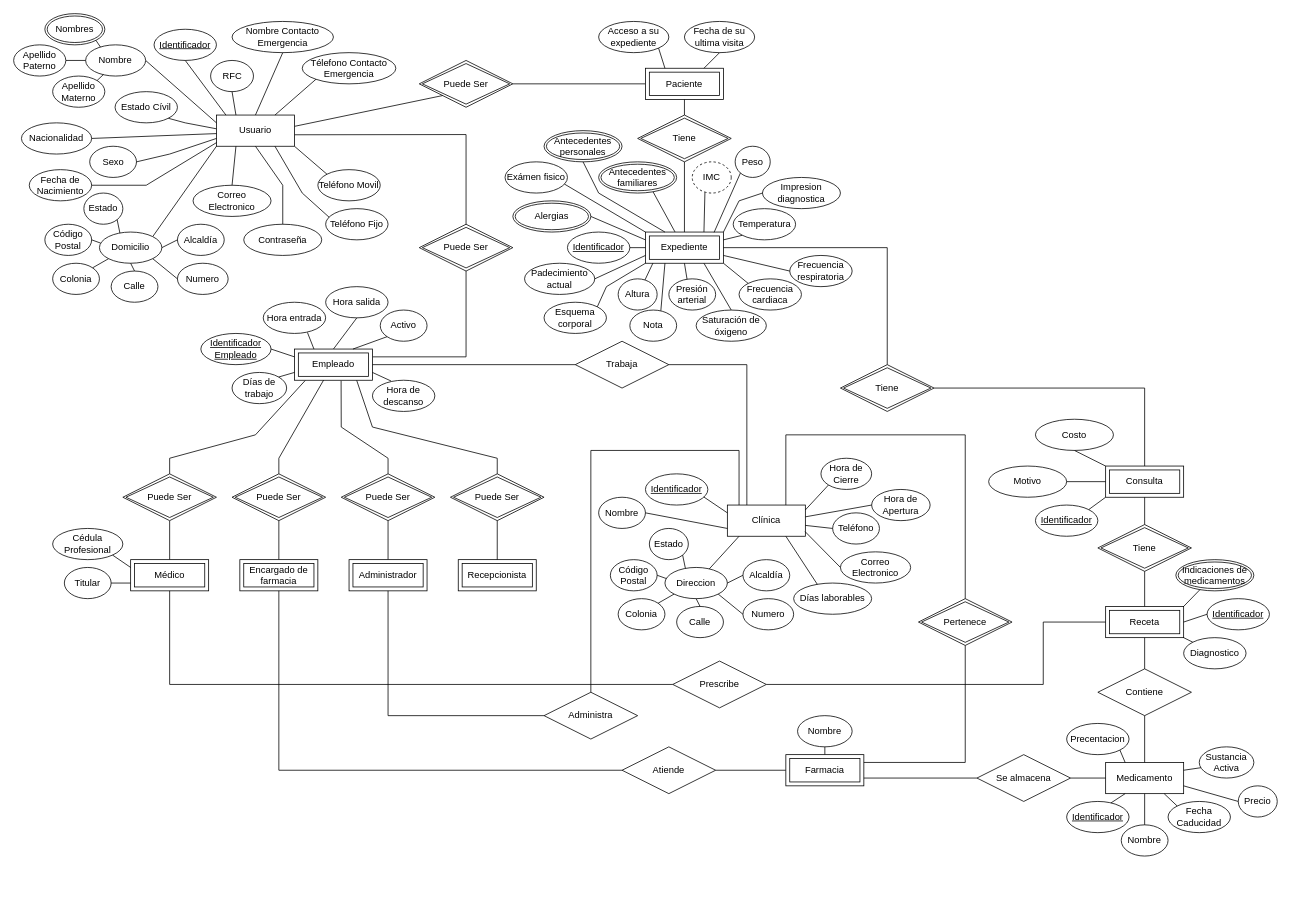
This is Base de Datos/ER-Diagrama.drawio from EdgarRamirezFuentes/Sistema_CEDAE, a draw.io file, before an edit. Source tidied: cells renumbered, new cells numbered last; positions are measured from the earlier drawing's top-left corner, leaving out a move shared by most shapes. Both pictures are drawn from the tidied source at 78%, with x=0, y=0 at pixel (13, 13).
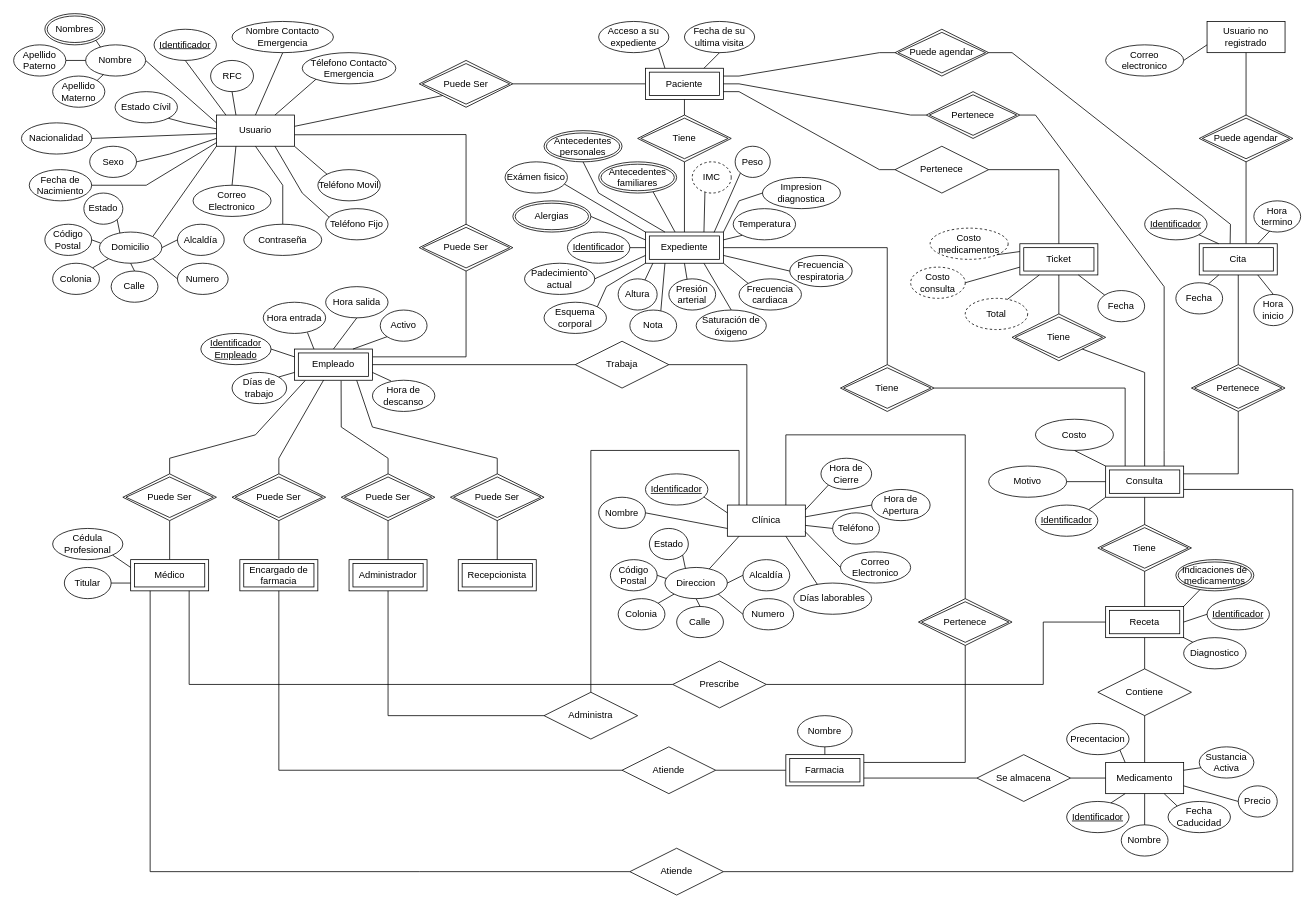
After the change.

The change refers to these unchanged cells:
```xml
<mxCell id="68" value="Paciente" style="shape=ext;margin=3;double=1;whiteSpace=wrap;html=1;align=center;" parent="1" vertex="1">
  <mxGeometry x="810" y="70" width="100" height="40" as="geometry" />
</mxCell>
<mxCell id="75" value="Médico" style="shape=ext;margin=3;double=1;whiteSpace=wrap;html=1;align=center;" parent="1" vertex="1">
  <mxGeometry x="150" y="700" width="100" height="40" as="geometry" />
</mxCell>
<mxCell id="155" value="Prescribe" style="shape=rhombus;perimeter=rhombusPerimeter;whiteSpace=wrap;html=1;align=center;" parent="1" vertex="1">
  <mxGeometry x="845" y="830" width="120" height="60" as="geometry" />
</mxCell>
<mxCell id="206" value="Consulta" style="shape=ext;margin=3;double=1;whiteSpace=wrap;html=1;align=center;" parent="1" vertex="1">
  <mxGeometry x="1400" y="580" width="100" height="40" as="geometry" />
</mxCell>
<mxCell id="210" value="Tiene" style="shape=rhombus;double=1;perimeter=rhombusPerimeter;whiteSpace=wrap;html=1;align=center;" parent="1" vertex="1">
  <mxGeometry x="1060" y="450" width="120" height="60" as="geometry" />
</mxCell>
```

The edit, as a diff of the source:
```diff
@@
-    <mxCell id="156" style="endArrow=none;html=1;rounded=0;entryX=0;entryY=0.5;entryDx=0;entryDy=0;exitX=0.5;exitY=1;exitDx=0;exitDy=0;" parent="1" edge="1" source="75" target="155">
+    <mxCell id="156" style="endArrow=none;html=1;rounded=0;entryX=0;entryY=0.5;entryDx=0;entryDy=0;exitX=0.75;exitY=1;exitDx=0;exitDy=0;" parent="1" edge="1" source="75" target="155">
       <mxGeometry relative="1" as="geometry">
         <Array as="points">
-          <mxPoint x="200" y="860" />
+          <mxPoint x="225" y="860" />
         </Array>
       </mxGeometry>
     </mxCell>
@@
-    <mxCell id="211" style="endArrow=none;html=1;rounded=0;exitX=1;exitY=0.5;exitDx=0;exitDy=0;entryX=0.5;entryY=0;entryDx=0;entryDy=0;" parent="1" edge="1" source="210" target="206">
+    <mxCell id="211" style="endArrow=none;html=1;rounded=0;exitX=1;exitY=0.5;exitDx=0;exitDy=0;entryX=0.25;entryY=0;entryDx=0;entryDy=0;" parent="1" edge="1" source="210" target="206">
       <mxGeometry relative="1" as="geometry">
         <Array as="points">
-          <mxPoint x="1450" y="480" />
+          <mxPoint x="1425" y="480" />
         </Array>
       </mxGeometry>
     </mxCell>
@@
+    <mxCell id="218" style="endArrow=none;html=1;rounded=0;exitX=0.25;exitY=1;exitDx=0;exitDy=0;entryX=0;entryY=0.5;entryDx=0;entryDy=0;" parent="1" edge="1" source="75" target="219">
+      <mxGeometry relative="1" as="geometry">
+        <Array as="points">
+          <mxPoint x="175" y="1100" />
+          <mxPoint x="520" y="1100" />
+        </Array>
+      </mxGeometry>
+    </mxCell>
+    <mxCell id="219" value="Atiende" style="shape=rhombus;perimeter=rhombusPerimeter;whiteSpace=wrap;html=1;align=center;" parent="1" vertex="1">
+      <mxGeometry x="790" y="1070" width="120" height="60" as="geometry" />
+    </mxCell>
+    <mxCell id="220" style="endArrow=none;html=1;rounded=0;exitX=1;exitY=0.5;exitDx=0;exitDy=0;entryX=1;entryY=0.75;entryDx=0;entryDy=0;" parent="1" edge="1" source="219" target="206">
+      <mxGeometry relative="1" as="geometry">
+        <Array as="points">
+          <mxPoint x="1640" y="1100" />
+          <mxPoint x="1640" y="610" />
+        </Array>
+      </mxGeometry>
+    </mxCell>
+    <mxCell id="221" value="Ticket" style="shape=ext;margin=3;double=1;whiteSpace=wrap;html=1;align=center;" parent="1" vertex="1">
+      <mxGeometry x="1290" y="295" width="100" height="40" as="geometry" />
+    </mxCell>
+    <mxCell id="222" value="Tiene" style="shape=rhombus;double=1;perimeter=rhombusPerimeter;whiteSpace=wrap;html=1;align=center;" parent="1" vertex="1">
+      <mxGeometry x="1280" y="385" width="120" height="60" as="geometry" />
+    </mxCell>
+    <mxCell id="223" style="endArrow=none;html=1;rounded=0;entryX=0.5;entryY=0;entryDx=0;entryDy=0;exitX=1;exitY=1;exitDx=0;exitDy=0;" parent="1" edge="1" source="222" target="206">
+      <mxGeometry relative="1" as="geometry">
+        <Array as="points">
+          <mxPoint x="1450" y="460" />
+        </Array>
+      </mxGeometry>
+    </mxCell>
+    <mxCell id="224" style="endArrow=none;html=1;rounded=0;exitX=0.5;exitY=1;exitDx=0;exitDy=0;entryX=0.5;entryY=0;entryDx=0;entryDy=0;" parent="1" edge="1" source="221" target="222">
+      <mxGeometry relative="1" as="geometry" />
+    </mxCell>
+    <mxCell id="225" value="Fecha" style="ellipse;whiteSpace=wrap;html=1;align=center;" parent="1" vertex="1">
+      <mxGeometry x="1390" y="355" width="60" height="40" as="geometry" />
+    </mxCell>
+    <mxCell id="226" value="Costo consulta" style="ellipse;whiteSpace=wrap;html=1;align=center;dashed=1;" parent="1" vertex="1">
+      <mxGeometry x="1150" y="325" width="70" height="40" as="geometry" />
+    </mxCell>
+    <mxCell id="227" value="Costo medicamentos" style="ellipse;whiteSpace=wrap;html=1;align=center;dashed=1;" parent="1" vertex="1">
+      <mxGeometry x="1175" y="275" width="100" height="40" as="geometry" />
+    </mxCell>
+    <mxCell id="228" value="Total" style="ellipse;whiteSpace=wrap;html=1;align=center;dashed=1;" parent="1" vertex="1">
+      <mxGeometry x="1220" y="365" width="80" height="40" as="geometry" />
+    </mxCell>
+    <mxCell id="229" style="endArrow=none;html=1;rounded=0;exitX=0.674;exitY=0.034;exitDx=0;exitDy=0;exitPerimeter=0;entryX=0.25;entryY=1;entryDx=0;entryDy=0;" parent="1" edge="1" source="228" target="221">
+      <mxGeometry relative="1" as="geometry" />
+    </mxCell>
+    <mxCell id="230" style="endArrow=none;html=1;rounded=0;exitX=1;exitY=0.5;exitDx=0;exitDy=0;entryX=0;entryY=0.75;entryDx=0;entryDy=0;" parent="1" edge="1" source="226" target="221">
+      <mxGeometry relative="1" as="geometry" />
+    </mxCell>
+    <mxCell id="231" style="endArrow=none;html=1;rounded=0;exitX=1;exitY=1;exitDx=0;exitDy=0;entryX=0;entryY=0.25;entryDx=0;entryDy=0;" parent="1" edge="1" source="227" target="221">
+      <mxGeometry relative="1" as="geometry" />
+    </mxCell>
+    <mxCell id="232" style="endArrow=none;html=1;rounded=0;exitX=0;exitY=0;exitDx=0;exitDy=0;entryX=0.75;entryY=1;entryDx=0;entryDy=0;" parent="1" edge="1" source="225" target="221">
+      <mxGeometry relative="1" as="geometry" />
+    </mxCell>
+    <mxCell id="233" value="Pertenece" style="shape=rhombus;perimeter=rhombusPerimeter;whiteSpace=wrap;html=1;align=center;" parent="1" vertex="1">
+      <mxGeometry x="1130" y="170" width="120" height="60" as="geometry" />
+    </mxCell>
+    <mxCell id="234" style="endArrow=none;html=1;rounded=0;exitX=1;exitY=0.5;exitDx=0;exitDy=0;entryX=0.5;entryY=0;entryDx=0;entryDy=0;" parent="1" edge="1" source="233" target="221">
+      <mxGeometry relative="1" as="geometry">
+        <Array as="points">
+          <mxPoint x="1340" y="200" />
+        </Array>
+      </mxGeometry>
+    </mxCell>
+    <mxCell id="235" style="endArrow=none;html=1;rounded=0;exitX=1;exitY=0.75;exitDx=0;exitDy=0;entryX=0;entryY=0.5;entryDx=0;entryDy=0;" parent="1" edge="1" source="68" target="233">
+      <mxGeometry relative="1" as="geometry">
+        <Array as="points">
+          <mxPoint x="930" y="100" />
+          <mxPoint x="1110" y="200" />
+        </Array>
+      </mxGeometry>
+    </mxCell>
+    <mxCell id="236" style="endArrow=none;html=1;rounded=0;exitX=0.75;exitY=0;exitDx=0;exitDy=0;entryX=1;entryY=0.5;entryDx=0;entryDy=0;" parent="1" edge="1" source="206" target="237">
+      <mxGeometry relative="1" as="geometry">
+        <Array as="points">
+          <mxPoint x="1475" y="560" />
+          <mxPoint x="1475" y="430" />
+          <mxPoint x="1475" y="350" />
+          <mxPoint x="1310" y="130" />
+        </Array>
+      </mxGeometry>
+    </mxCell>
+    <mxCell id="237" value="Pertenece" style="shape=rhombus;double=1;perimeter=rhombusPerimeter;whiteSpace=wrap;html=1;align=center;" parent="1" vertex="1">
+      <mxGeometry x="1170" y="100" width="120" height="60" as="geometry" />
+    </mxCell>
+    <mxCell id="238" style="endArrow=none;html=1;rounded=0;exitX=1;exitY=0.5;exitDx=0;exitDy=0;entryX=0;entryY=0.5;entryDx=0;entryDy=0;" parent="1" edge="1" source="68" target="237">
+      <mxGeometry relative="1" as="geometry">
+        <Array as="points">
+          <mxPoint x="930" y="90" />
+          <mxPoint x="1150" y="130" />
+        </Array>
+      </mxGeometry>
+    </mxCell>
+    <mxCell id="239" value="Cita" style="shape=ext;margin=3;double=1;whiteSpace=wrap;html=1;align=center;" parent="1" vertex="1">
+      <mxGeometry x="1520" y="295" width="100" height="40" as="geometry" />
+    </mxCell>
+    <mxCell id="240" value="Pertenece" style="shape=rhombus;double=1;perimeter=rhombusPerimeter;whiteSpace=wrap;html=1;align=center;" parent="1" vertex="1">
+      <mxGeometry x="1510" y="450" width="120" height="60" as="geometry" />
+    </mxCell>
+    <mxCell id="241" style="endArrow=none;html=1;rounded=0;exitX=0.5;exitY=1;exitDx=0;exitDy=0;entryX=0.5;entryY=0;entryDx=0;entryDy=0;" parent="1" edge="1" source="239" target="240">
+      <mxGeometry relative="1" as="geometry" />
+    </mxCell>
+    <mxCell id="242" style="endArrow=none;html=1;rounded=0;exitX=1;exitY=0.25;exitDx=0;exitDy=0;entryX=0.5;entryY=1;entryDx=0;entryDy=0;" parent="1" edge="1" source="206" target="240">
+      <mxGeometry relative="1" as="geometry">
+        <Array as="points">
+          <mxPoint x="1570" y="590" />
+        </Array>
+      </mxGeometry>
+    </mxCell>
+    <mxCell id="243" value="Fecha" style="ellipse;whiteSpace=wrap;html=1;align=center;" parent="1" vertex="1">
+      <mxGeometry x="1490" y="345" width="60" height="40" as="geometry" />
+    </mxCell>
+    <mxCell id="244" value="Identificador" style="ellipse;whiteSpace=wrap;html=1;align=center;fontStyle=4;" parent="1" vertex="1">
+      <mxGeometry x="1450" y="250" width="80" height="40" as="geometry" />
+    </mxCell>
+    <mxCell id="245" value="Hora inicio" style="ellipse;whiteSpace=wrap;html=1;align=center;" parent="1" vertex="1">
+      <mxGeometry x="1590" y="360" width="50" height="40" as="geometry" />
+    </mxCell>
+    <mxCell id="246" value="Hora termino" style="ellipse;whiteSpace=wrap;html=1;align=center;" parent="1" vertex="1">
+      <mxGeometry x="1590" y="240" width="60" height="40" as="geometry" />
+    </mxCell>
+    <mxCell id="247" style="endArrow=none;html=1;rounded=0;exitX=0.694;exitY=0.041;exitDx=0;exitDy=0;exitPerimeter=0;entryX=0.25;entryY=1;entryDx=0;entryDy=0;" parent="1" edge="1" source="243" target="239">
+      <mxGeometry relative="1" as="geometry" />
+    </mxCell>
+    <mxCell id="248" style="endArrow=none;html=1;rounded=0;exitX=0.75;exitY=1;exitDx=0;exitDy=0;entryX=0.5;entryY=0;entryDx=0;entryDy=0;" parent="1" edge="1" source="239" target="245">
+      <mxGeometry relative="1" as="geometry" />
+    </mxCell>
+    <mxCell id="249" style="endArrow=none;html=1;rounded=0;exitX=0.75;exitY=0;exitDx=0;exitDy=0;entryX=0.339;entryY=0.968;entryDx=0;entryDy=0;entryPerimeter=0;" parent="1" edge="1" source="239" target="246">
+      <mxGeometry relative="1" as="geometry" />
+    </mxCell>
+    <mxCell id="250" style="endArrow=none;html=1;rounded=0;entryX=0.25;entryY=0;entryDx=0;entryDy=0;" parent="1" edge="1" source="244" target="239">
+      <mxGeometry relative="1" as="geometry" />
+    </mxCell>
+    <mxCell id="251" value="Puede agendar" style="shape=rhombus;double=1;perimeter=rhombusPerimeter;whiteSpace=wrap;html=1;align=center;" parent="1" vertex="1">
+      <mxGeometry x="1130" y="20" width="120" height="60" as="geometry" />
+    </mxCell>
+    <mxCell id="252" style="endArrow=none;html=1;rounded=0;exitX=1;exitY=0.25;exitDx=0;exitDy=0;entryX=0;entryY=0.5;entryDx=0;entryDy=0;" parent="1" edge="1" source="68" target="251">
+      <mxGeometry relative="1" as="geometry">
+        <Array as="points">
+          <mxPoint x="930" y="80" />
+          <mxPoint x="1110" y="50" />
+        </Array>
+      </mxGeometry>
+    </mxCell>
+    <mxCell id="253" style="endArrow=none;html=1;rounded=0;exitX=1;exitY=0.5;exitDx=0;exitDy=0;entryX=0.396;entryY=-0.005;entryDx=0;entryDy=0;entryPerimeter=0;" parent="1" edge="1" source="251" target="239">
+      <mxGeometry relative="1" as="geometry">
+        <Array as="points">
+          <mxPoint x="1280" y="50" />
+          <mxPoint x="1560" y="270" />
+        </Array>
+      </mxGeometry>
+    </mxCell>
+    <mxCell id="254" value="Usuario no registrado" style="whiteSpace=wrap;html=1;align=center;" parent="1" vertex="1">
+      <mxGeometry x="1530" y="10" width="100" height="40" as="geometry" />
+    </mxCell>
+    <mxCell id="255" value="Puede agendar" style="shape=rhombus;double=1;perimeter=rhombusPerimeter;whiteSpace=wrap;html=1;align=center;" parent="1" vertex="1">
+      <mxGeometry x="1520" y="130" width="120" height="60" as="geometry" />
+    </mxCell>
+    <mxCell id="256" style="endArrow=none;html=1;rounded=0;exitX=0.6;exitY=-0.009;exitDx=0;exitDy=0;exitPerimeter=0;entryX=0.5;entryY=1;entryDx=0;entryDy=0;" parent="1" edge="1" source="239" target="255">
+      <mxGeometry relative="1" as="geometry" />
+    </mxCell>
+    <mxCell id="257" style="endArrow=none;html=1;rounded=0;exitX=0.5;exitY=0;exitDx=0;exitDy=0;entryX=0.5;entryY=1;entryDx=0;entryDy=0;" parent="1" edge="1" source="255" target="254">
+      <mxGeometry relative="1" as="geometry" />
+    </mxCell>
+    <mxCell id="258" value="Correo electronico" style="ellipse;whiteSpace=wrap;html=1;align=center;" parent="1" vertex="1">
+      <mxGeometry x="1400" y="40" width="100" height="40" as="geometry" />
+    </mxCell>
+    <mxCell id="259" style="endArrow=none;html=1;rounded=0;exitX=1;exitY=0.5;exitDx=0;exitDy=0;entryX=0;entryY=0.75;entryDx=0;entryDy=0;" parent="1" edge="1" source="258" target="254">
+      <mxGeometry relative="1" as="geometry" />
+    </mxCell>
```
